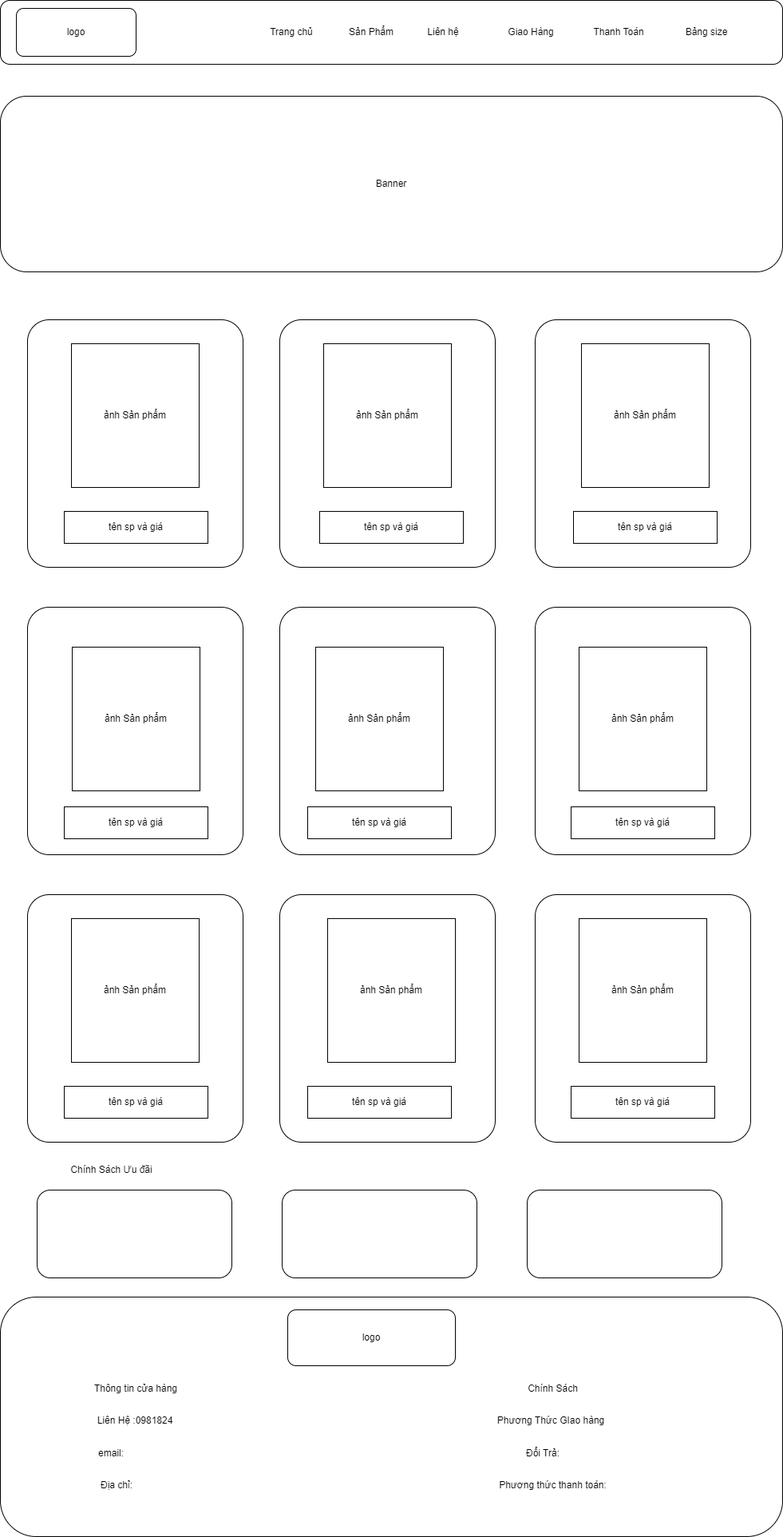
Before: images/web Sản Phẩm.png, a diagram exported from draw.io (Sao123451/saond2). Source tidied: cells renumbered, new cells last; positions are measured from the earlier drawing's top-left corner, leaving out a move shared by most shapes. Source of this version:
```xml
<mxGraphModel background="#ffffff">
  <root>
    <mxCell id="0" />
    <mxCell id="1" parent="0" />
    <mxCell id="2" style="rounded=1;whiteSpace=wrap;html=1;" parent="1" vertex="1">
      <mxGeometry width="980" height="80" as="geometry" />
    </mxCell>
    <mxCell id="3" value="logo" style="rounded=1;whiteSpace=wrap;html=1;" parent="1" vertex="1">
      <mxGeometry x="20" y="10" width="150" height="60" as="geometry" />
    </mxCell>
    <mxCell id="4" value="Banner" style="rounded=1;whiteSpace=wrap;html=1;" parent="1" vertex="1">
      <mxGeometry y="120" width="980" height="220" as="geometry" />
    </mxCell>
    <mxCell id="5" style="rounded=1;whiteSpace=wrap;html=1;" parent="1" vertex="1">
      <mxGeometry y="1624" width="980" height="300" as="geometry" />
    </mxCell>
    <mxCell id="6" value="Thông tin cửa hàng" style="text;html=1;strokeColor=none;fillColor=none;align=center;verticalAlign=middle;whiteSpace=wrap;rounded=0;" parent="1" vertex="1">
      <mxGeometry x="55" y="1719" width="230" height="40" as="geometry" />
    </mxCell>
    <mxCell id="7" value="Liên Hệ :0981824" style="text;html=1;strokeColor=none;fillColor=none;align=center;verticalAlign=middle;whiteSpace=wrap;rounded=0;" parent="1" vertex="1">
      <mxGeometry x="54" y="1759" width="230" height="40" as="geometry" />
    </mxCell>
    <mxCell id="8" value="email:" style="text;html=1;strokeColor=none;fillColor=none;align=center;verticalAlign=middle;whiteSpace=wrap;rounded=0;" parent="1" vertex="1">
      <mxGeometry x="34" y="1800" width="210" height="40" as="geometry" />
    </mxCell>
    <mxCell id="9" value="Địa chỉ:" style="text;html=1;strokeColor=none;fillColor=none;align=center;verticalAlign=middle;whiteSpace=wrap;rounded=0;" parent="1" vertex="1">
      <mxGeometry x="46" y="1840" width="200" height="40" as="geometry" />
    </mxCell>
    <mxCell id="10" value="Chính Sách" style="text;html=1;strokeColor=none;fillColor=none;align=center;verticalAlign=middle;whiteSpace=wrap;rounded=0;" parent="1" vertex="1">
      <mxGeometry x="600" y="1724" width="185" height="30" as="geometry" />
    </mxCell>
    <mxCell id="11" value="Đổi Trả:" style="text;html=1;strokeColor=none;fillColor=none;align=center;verticalAlign=middle;whiteSpace=wrap;rounded=0;" parent="1" vertex="1">
      <mxGeometry x="610" y="1805" width="140" height="30" as="geometry" />
    </mxCell>
    <mxCell id="12" value="Phương Thức GIao hàng" style="text;html=1;strokeColor=none;fillColor=none;align=center;verticalAlign=middle;whiteSpace=wrap;rounded=0;" parent="1" vertex="1">
      <mxGeometry x="610" y="1764" width="160" height="30" as="geometry" />
    </mxCell>
    <mxCell id="13" value="Phương thức thanh toán:" style="text;html=1;strokeColor=none;fillColor=none;align=center;verticalAlign=middle;whiteSpace=wrap;rounded=0;" parent="1" vertex="1">
      <mxGeometry x="620" y="1845" width="145" height="30" as="geometry" />
    </mxCell>
    <mxCell id="14" value="logo" style="rounded=1;whiteSpace=wrap;html=1;" parent="1" vertex="1">
      <mxGeometry x="360" y="1640" width="210" height="70" as="geometry" />
    </mxCell>
    <mxCell id="15" value="Trang chủ" style="text;html=1;strokeColor=none;fillColor=none;align=center;verticalAlign=middle;whiteSpace=wrap;rounded=0;" parent="1" vertex="1">
      <mxGeometry x="320" y="25" width="90" height="30" as="geometry" />
    </mxCell>
    <mxCell id="16" value="Liên hệ" style="text;html=1;strokeColor=none;fillColor=none;align=center;verticalAlign=middle;whiteSpace=wrap;rounded=0;" parent="1" vertex="1">
      <mxGeometry x="510" y="25" width="90" height="30" as="geometry" />
    </mxCell>
    <mxCell id="17" value="Sản Phẩm" style="text;html=1;strokeColor=none;fillColor=none;align=center;verticalAlign=middle;whiteSpace=wrap;rounded=0;" parent="1" vertex="1">
      <mxGeometry x="420" y="25" width="90" height="30" as="geometry" />
    </mxCell>
    <mxCell id="18" value="Thanh Toán" style="text;html=1;strokeColor=none;fillColor=none;align=center;verticalAlign=middle;whiteSpace=wrap;rounded=0;" parent="1" vertex="1">
      <mxGeometry x="730" y="25" width="90" height="30" as="geometry" />
    </mxCell>
    <mxCell id="19" value="Giao Hàng" style="text;html=1;strokeColor=none;fillColor=none;align=center;verticalAlign=middle;whiteSpace=wrap;rounded=0;" parent="1" vertex="1">
      <mxGeometry x="620" y="25" width="90" height="30" as="geometry" />
    </mxCell>
    <mxCell id="20" value="Bảng size" style="text;html=1;strokeColor=none;fillColor=none;align=center;verticalAlign=middle;whiteSpace=wrap;rounded=0;" parent="1" vertex="1">
      <mxGeometry x="840" y="25" width="90" height="30" as="geometry" />
    </mxCell>
    <mxCell id="21" style="rounded=1;whiteSpace=wrap;html=1;arcSize=10;" parent="1" vertex="1">
      <mxGeometry x="350" y="400" width="270" height="310" as="geometry" />
    </mxCell>
    <mxCell id="22" style="rounded=1;whiteSpace=wrap;html=1;arcSize=10;" parent="1" vertex="1">
      <mxGeometry x="34" y="400" width="270" height="310" as="geometry" />
    </mxCell>
    <mxCell id="23" style="rounded=1;whiteSpace=wrap;html=1;arcSize=10;" parent="1" vertex="1">
      <mxGeometry x="670" y="400" width="270" height="310" as="geometry" />
    </mxCell>
    <mxCell id="24" style="rounded=1;whiteSpace=wrap;html=1;arcSize=10;" parent="1" vertex="1">
      <mxGeometry x="34" y="760" width="270" height="310" as="geometry" />
    </mxCell>
    <mxCell id="25" style="rounded=1;whiteSpace=wrap;html=1;arcSize=10;" parent="1" vertex="1">
      <mxGeometry x="350" y="760" width="270" height="310" as="geometry" />
    </mxCell>
    <mxCell id="26" style="rounded=1;whiteSpace=wrap;html=1;arcSize=10;" parent="1" vertex="1">
      <mxGeometry x="670" y="760" width="270" height="310" as="geometry" />
    </mxCell>
    <mxCell id="27" style="rounded=1;whiteSpace=wrap;html=1;arcSize=10;" parent="1" vertex="1">
      <mxGeometry x="34" y="1120" width="270" height="310" as="geometry" />
    </mxCell>
    <mxCell id="28" style="rounded=1;whiteSpace=wrap;html=1;arcSize=10;" parent="1" vertex="1">
      <mxGeometry x="350" y="1120" width="270" height="310" as="geometry" />
    </mxCell>
    <mxCell id="29" style="rounded=1;whiteSpace=wrap;html=1;arcSize=10;" parent="1" vertex="1">
      <mxGeometry x="670" y="1120" width="270" height="310" as="geometry" />
    </mxCell>
    <mxCell id="30" value="ảnh Sản phẩm" style="rounded=0;whiteSpace=wrap;html=1;" parent="1" vertex="1">
      <mxGeometry x="90" y="810" width="160" height="180" as="geometry" />
    </mxCell>
    <mxCell id="31" value="ảnh Sản phẩm" style="rounded=0;whiteSpace=wrap;html=1;" parent="1" vertex="1">
      <mxGeometry x="89" y="1150" width="160" height="180" as="geometry" />
    </mxCell>
    <mxCell id="32" value="ảnh Sản phẩm" style="rounded=0;whiteSpace=wrap;html=1;" parent="1" vertex="1">
      <mxGeometry x="410" y="1150" width="160" height="180" as="geometry" />
    </mxCell>
    <mxCell id="33" value="ảnh Sản phẩm" style="rounded=0;whiteSpace=wrap;html=1;" parent="1" vertex="1">
      <mxGeometry x="725" y="1150" width="160" height="180" as="geometry" />
    </mxCell>
    <mxCell id="34" value="ảnh Sản phẩm" style="rounded=0;whiteSpace=wrap;html=1;" parent="1" vertex="1">
      <mxGeometry x="395" y="810" width="160" height="180" as="geometry" />
    </mxCell>
    <mxCell id="35" value="ảnh Sản phẩm" style="rounded=0;whiteSpace=wrap;html=1;" parent="1" vertex="1">
      <mxGeometry x="725" y="810" width="160" height="180" as="geometry" />
    </mxCell>
    <mxCell id="36" value="ảnh Sản phẩm" style="rounded=0;whiteSpace=wrap;html=1;" parent="1" vertex="1">
      <mxGeometry x="728" y="430" width="160" height="180" as="geometry" />
    </mxCell>
    <mxCell id="37" value="ảnh Sản phẩm" style="rounded=0;whiteSpace=wrap;html=1;" parent="1" vertex="1">
      <mxGeometry x="405" y="430" width="160" height="180" as="geometry" />
    </mxCell>
    <mxCell id="38" value="ảnh Sản phẩm" style="rounded=0;whiteSpace=wrap;html=1;" parent="1" vertex="1">
      <mxGeometry x="89" y="430" width="160" height="180" as="geometry" />
    </mxCell>
    <mxCell id="39" value="tên sp và giá" style="rounded=0;whiteSpace=wrap;html=1;" parent="1" vertex="1">
      <mxGeometry x="715" y="1360" width="180" height="40" as="geometry" />
    </mxCell>
    <mxCell id="40" value="tên sp và giá" style="rounded=0;whiteSpace=wrap;html=1;" parent="1" vertex="1">
      <mxGeometry x="385" y="1360" width="180" height="40" as="geometry" />
    </mxCell>
    <mxCell id="41" value="tên sp và giá" style="rounded=0;whiteSpace=wrap;html=1;" parent="1" vertex="1">
      <mxGeometry x="80" y="1360" width="180" height="40" as="geometry" />
    </mxCell>
    <mxCell id="42" value="tên sp và giá" style="rounded=0;whiteSpace=wrap;html=1;" parent="1" vertex="1">
      <mxGeometry x="80" y="1010" width="180" height="40" as="geometry" />
    </mxCell>
    <mxCell id="43" value="tên sp và giá" style="rounded=0;whiteSpace=wrap;html=1;" parent="1" vertex="1">
      <mxGeometry x="385" y="1010" width="180" height="40" as="geometry" />
    </mxCell>
    <mxCell id="44" value="tên sp và giá" style="rounded=0;whiteSpace=wrap;html=1;" parent="1" vertex="1">
      <mxGeometry x="715" y="1010" width="180" height="40" as="geometry" />
    </mxCell>
    <mxCell id="45" value="tên sp và giá" style="rounded=0;whiteSpace=wrap;html=1;" parent="1" vertex="1">
      <mxGeometry x="718" y="640" width="180" height="40" as="geometry" />
    </mxCell>
    <mxCell id="46" value="tên sp và giá" style="rounded=0;whiteSpace=wrap;html=1;" parent="1" vertex="1">
      <mxGeometry x="400" y="640" width="180" height="40" as="geometry" />
    </mxCell>
    <mxCell id="47" value="tên sp và giá" style="rounded=0;whiteSpace=wrap;html=1;" parent="1" vertex="1">
      <mxGeometry x="80" y="640" width="180" height="40" as="geometry" />
    </mxCell>
    <mxCell id="48" value="Chính Sách Ưu đãi" style="text;html=1;strokeColor=none;fillColor=none;align=center;verticalAlign=middle;whiteSpace=wrap;rounded=0;" parent="1" vertex="1">
      <mxGeometry x="29" y="1450" width="221" height="30" as="geometry" />
    </mxCell>
    <mxCell id="49" style="rounded=1;whiteSpace=wrap;html=1;" parent="1" vertex="1">
      <mxGeometry x="46" y="1490" width="244" height="110" as="geometry" />
    </mxCell>
    <mxCell id="50" style="rounded=1;whiteSpace=wrap;html=1;" parent="1" vertex="1">
      <mxGeometry x="353" y="1490" width="244" height="110" as="geometry" />
    </mxCell>
    <mxCell id="51" style="rounded=1;whiteSpace=wrap;html=1;" parent="1" vertex="1">
      <mxGeometry x="660" y="1490" width="244" height="110" as="geometry" />
    </mxCell>
  </root>
</mxGraphModel>
```
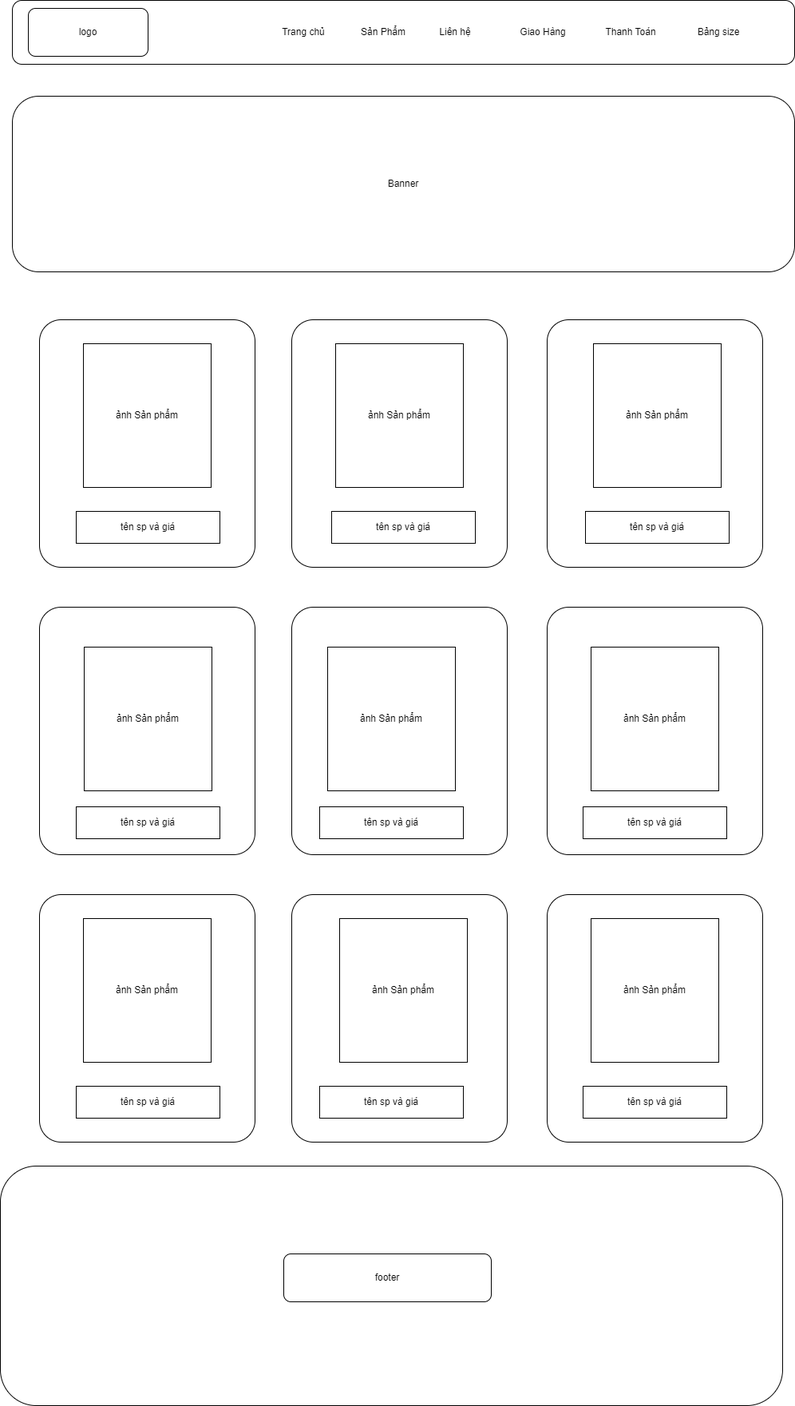
The same file after the commit.

Change to the diagram source:
```diff
@@ -12,35 +12,8 @@
       <mxGeometry y="120" width="980" height="220" as="geometry" />
     </mxCell>
     <mxCell id="5" style="rounded=1;whiteSpace=wrap;html=1;" parent="1" vertex="1">
-      <mxGeometry y="1624" width="980" height="300" as="geometry" />
+      <mxGeometry x="-15" y="1460" width="980" height="300" as="geometry" />
     </mxCell>
-    <mxCell id="6" value="Thông tin cửa hàng" style="text;html=1;strokeColor=none;fillColor=none;align=center;verticalAlign=middle;whiteSpace=wrap;rounded=0;" parent="1" vertex="1">
-      <mxGeometry x="55" y="1719" width="230" height="40" as="geometry" />
-    </mxCell>
-    <mxCell id="7" value="Liên Hệ :0981824" style="text;html=1;strokeColor=none;fillColor=none;align=center;verticalAlign=middle;whiteSpace=wrap;rounded=0;" parent="1" vertex="1">
-      <mxGeometry x="54" y="1759" width="230" height="40" as="geometry" />
-    </mxCell>
-    <mxCell id="8" value="email:" style="text;html=1;strokeColor=none;fillColor=none;align=center;verticalAlign=middle;whiteSpace=wrap;rounded=0;" parent="1" vertex="1">
-      <mxGeometry x="34" y="1800" width="210" height="40" as="geometry" />
-    </mxCell>
-    <mxCell id="9" value="Địa chỉ:" style="text;html=1;strokeColor=none;fillColor=none;align=center;verticalAlign=middle;whiteSpace=wrap;rounded=0;" parent="1" vertex="1">
-      <mxGeometry x="46" y="1840" width="200" height="40" as="geometry" />
-    </mxCell>
-    <mxCell id="10" value="Chính Sách" style="text;html=1;strokeColor=none;fillColor=none;align=center;verticalAlign=middle;whiteSpace=wrap;rounded=0;" parent="1" vertex="1">
-      <mxGeometry x="600" y="1724" width="185" height="30" as="geometry" />
-    </mxCell>
-    <mxCell id="11" value="Đổi Trả:" style="text;html=1;strokeColor=none;fillColor=none;align=center;verticalAlign=middle;whiteSpace=wrap;rounded=0;" parent="1" vertex="1">
-      <mxGeometry x="610" y="1805" width="140" height="30" as="geometry" />
-    </mxCell>
-    <mxCell id="12" value="Phương Thức GIao hàng" style="text;html=1;strokeColor=none;fillColor=none;align=center;verticalAlign=middle;whiteSpace=wrap;rounded=0;" parent="1" vertex="1">
-      <mxGeometry x="610" y="1764" width="160" height="30" as="geometry" />
-    </mxCell>
-    <mxCell id="13" value="Phương thức thanh toán:" style="text;html=1;strokeColor=none;fillColor=none;align=center;verticalAlign=middle;whiteSpace=wrap;rounded=0;" parent="1" vertex="1">
-      <mxGeometry x="620" y="1845" width="145" height="30" as="geometry" />
-    </mxCell>
-    <mxCell id="14" value="logo" style="rounded=1;whiteSpace=wrap;html=1;" parent="1" vertex="1">
-      <mxGeometry x="360" y="1640" width="210" height="70" as="geometry" />
-    </mxCell>
     <mxCell id="15" value="Trang chủ" style="text;html=1;strokeColor=none;fillColor=none;align=center;verticalAlign=middle;whiteSpace=wrap;rounded=0;" parent="1" vertex="1">
       <mxGeometry x="320" y="25" width="90" height="30" as="geometry" />
     </mxCell>
@@ -140,17 +113,8 @@
     <mxCell id="47" value="tên sp và giá" style="rounded=0;whiteSpace=wrap;html=1;" parent="1" vertex="1">
       <mxGeometry x="80" y="640" width="180" height="40" as="geometry" />
     </mxCell>
-    <mxCell id="48" value="Chính Sách Ưu đãi" style="text;html=1;strokeColor=none;fillColor=none;align=center;verticalAlign=middle;whiteSpace=wrap;rounded=0;" parent="1" vertex="1">
-      <mxGeometry x="29" y="1450" width="221" height="30" as="geometry" />
-    </mxCell>
-    <mxCell id="49" style="rounded=1;whiteSpace=wrap;html=1;" parent="1" vertex="1">
-      <mxGeometry x="46" y="1490" width="244" height="110" as="geometry" />
-    </mxCell>
-    <mxCell id="50" style="rounded=1;whiteSpace=wrap;html=1;" parent="1" vertex="1">
-      <mxGeometry x="353" y="1490" width="244" height="110" as="geometry" />
-    </mxCell>
-    <mxCell id="51" style="rounded=1;whiteSpace=wrap;html=1;" parent="1" vertex="1">
-      <mxGeometry x="660" y="1490" width="244" height="110" as="geometry" />
-    </mxCell>
+    <mxCell id="52" value="footer" style="rounded=1;whiteSpace=wrap;html=1;" parent="1" vertex="1">
+      <mxGeometry x="340" y="1570" width="260" height="60" as="geometry" />
+    </mxCell>
   </root>
 </mxGraphModel>
```
